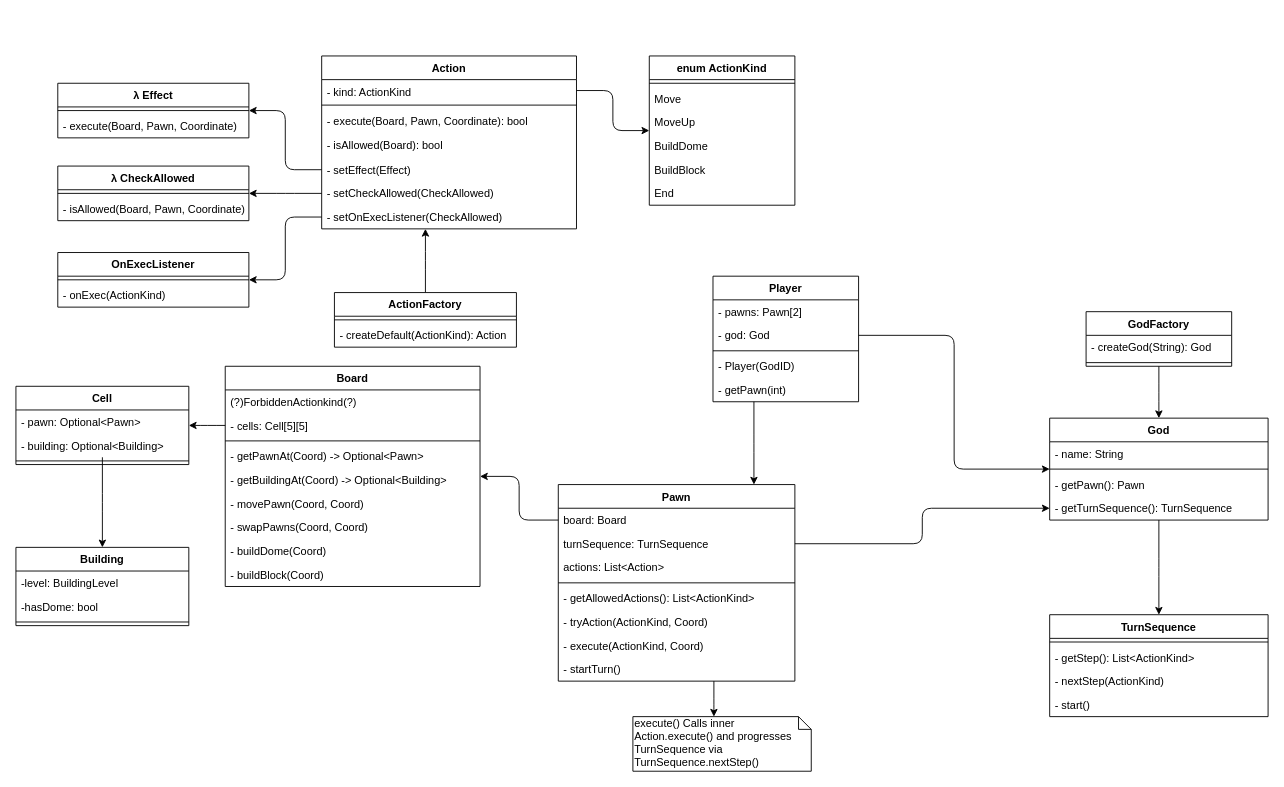
Earlier version of the draw.io diagram uml/model.drawio (imDema/ing-sw-2020-Centurelli-DeMartini-Deori). Source tidied: cells renumbered, new cells numbered last; positions are measured from the earlier drawing's top-left corner, leaving out a move shared by most shapes. Both pictures are drawn from the tidied source at 91%, with x=0, y=0 at pixel (15, 56).
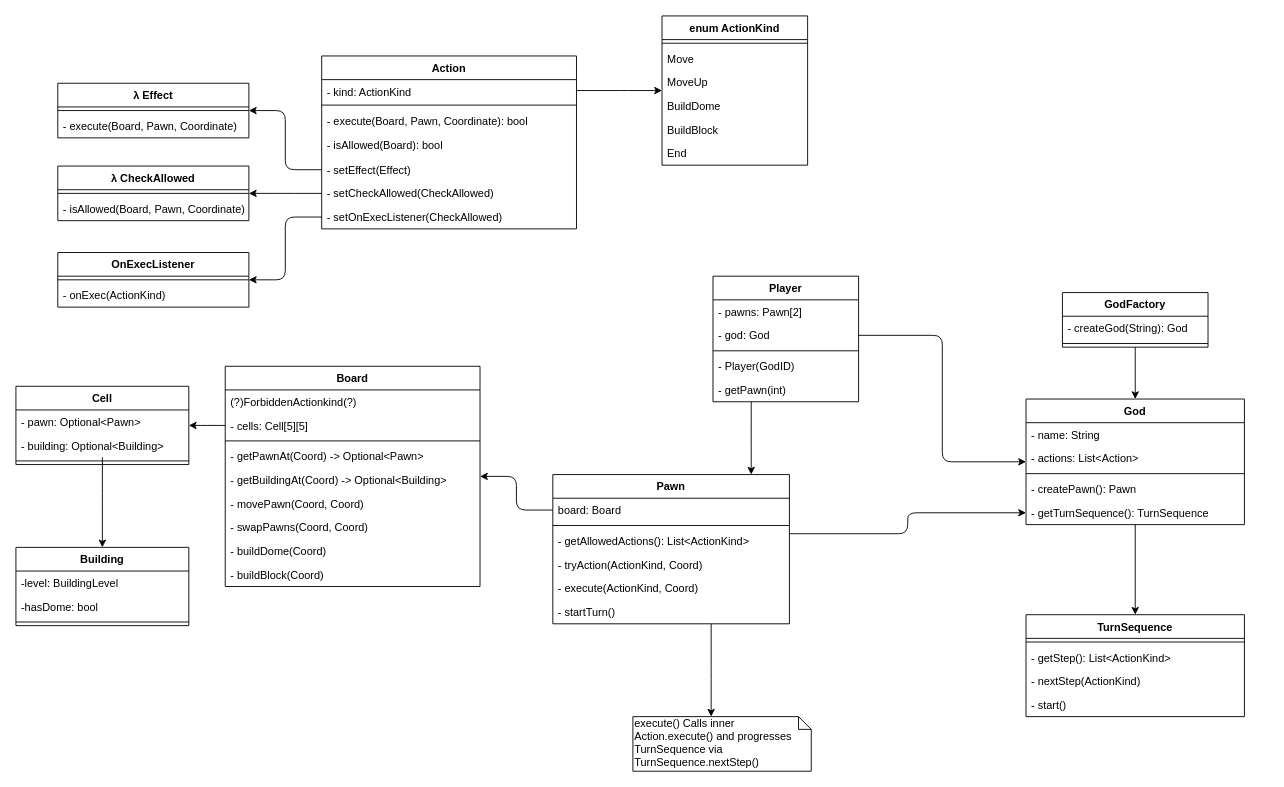
Above is the later version.

The change refers to these unchanged cells:
```xml
<mxCell id="12" value="Action" style="swimlane;fontStyle=1;align=center;verticalAlign=top;horizontal=1;startSize=26;" parent="1" vertex="1">
  <mxGeometry x="336" width="280" height="190" as="geometry" />
</mxCell>
```

What changed in the source:
```diff
@@
     <mxCell id="27" value="GodFactory" style="swimlane;fontStyle=1;align=center;verticalAlign=top;horizontal=1;startSize=26;" parent="1" vertex="1">
-      <mxGeometry x="1176" y="281" width="160" height="60" as="geometry" />
+      <mxGeometry x="1150" y="260" width="160" height="60" as="geometry" />
     </mxCell>
@@
     <mxCell id="30" value="God" style="swimlane;fontStyle=1;align=center;verticalAlign=top;horizontal=1;startSize=26;" parent="1" vertex="1">
-      <mxGeometry x="1136" y="398" width="240" height="112" as="geometry" />
+      <mxGeometry x="1110" y="377" width="240" height="138" as="geometry" />
     </mxCell>
@@
+    <mxCell id="80" value="- actions: List&lt;Action&gt;" style="text;strokeColor=none;fillColor=none;align=left;verticalAlign=top;spacingLeft=4;spacingRight=4;overflow=hidden;" parent="30" vertex="1">
+      <mxGeometry y="52" width="240" height="26" as="geometry" />
+    </mxCell>
     <mxCell id="32" style="line;strokeWidth=1;fillColor=none;align=left;verticalAlign=middle;spacingTop=-1;spacingLeft=3;spacingRight=3;labelPosition=right;" parent="30" vertex="1">
-      <mxGeometry y="52" width="240" height="8" as="geometry" />
+      <mxGeometry y="78" width="240" height="8" as="geometry" />
     </mxCell>
-    <mxCell id="33" value="- getPawn(): Pawn" style="text;strokeColor=none;fillColor=none;align=left;verticalAlign=top;spacingLeft=4;spacingRight=4;overflow=hidden;" parent="30" vertex="1">
-      <mxGeometry y="60" width="240" height="26" as="geometry" />
+    <mxCell id="33" value="- createPawn(): Pawn" style="text;strokeColor=none;fillColor=none;align=left;verticalAlign=top;spacingLeft=4;spacingRight=4;overflow=hidden;" parent="30" vertex="1">
+      <mxGeometry y="86" width="240" height="26" as="geometry" />
     </mxCell>
     <mxCell id="34" value="- getTurnSequence(): TurnSequence" style="text;strokeColor=none;fillColor=none;align=left;verticalAlign=top;spacingLeft=4;spacingRight=4;overflow=hidden;points=[[0,0.5],[1,0.5]];portConstraint=eastwest;" parent="30" vertex="1">
-      <mxGeometry y="86" width="240" height="26" as="geometry" />
+      <mxGeometry y="112" width="240" height="26" as="geometry" />
     </mxCell>
     <mxCell id="35" value="TurnSequence" style="swimlane;fontStyle=1;align=center;verticalAlign=top;horizontal=1;startSize=26;" parent="1" vertex="1">
-      <mxGeometry x="1136" y="614" width="240" height="112" as="geometry" />
+      <mxGeometry x="1110" y="614" width="240" height="112" as="geometry" />
     </mxCell>
@@
-    <mxCell id="40" style="edgeStyle=elbowEdgeStyle;rounded=1;jettySize=auto;html=1;" parent="1" edge="1" source="41" target="12">
-      <mxGeometry relative="1" as="geometry" />
-    </mxCell>
-    <mxCell id="41" value="ActionFactory" style="swimlane;fontStyle=1;align=center;verticalAlign=top;horizontal=1;startSize=26;" parent="1" vertex="1">
-      <mxGeometry x="350" y="260" width="200" height="60" as="geometry" />
-    </mxCell>
-    <mxCell id="42" style="line;strokeWidth=1;fillColor=none;align=left;verticalAlign=middle;spacingTop=-1;spacingLeft=3;spacingRight=3;labelPosition=right;" parent="41" vertex="1">
-      <mxGeometry y="26" width="200" height="8" as="geometry" />
-    </mxCell>
-    <mxCell id="43" value="- createDefault(ActionKind): Action" style="text;strokeColor=none;fillColor=none;align=left;verticalAlign=top;spacingLeft=4;spacingRight=4;overflow=hidden;" parent="41" vertex="1">
-      <mxGeometry y="34" width="200" height="26" as="geometry" />
-    </mxCell>
     <mxCell id="44" value="enum ActionKind" style="swimlane;fontStyle=1;align=center;verticalAlign=top;horizontal=1;startSize=26;" parent="1" vertex="1">
-      <mxGeometry x="696" width="160" height="164" as="geometry" />
+      <mxGeometry x="710" y="-44" width="160" height="164" as="geometry" />
     </mxCell>
@@
     <mxCell id="77" value="Pawn" style="swimlane;fontStyle=1;align=center;verticalAlign=top;horizontal=1;startSize=26;" parent="1" vertex="1">
-      <mxGeometry x="596" y="471" width="260" height="216" as="geometry" />
+      <mxGeometry x="590" y="460" width="260" height="164" as="geometry" />
     </mxCell>
@@
-    <mxCell id="79" value="turnSequence: TurnSequence" style="text;strokeColor=none;fillColor=none;align=left;verticalAlign=top;spacingLeft=4;spacingRight=4;overflow=hidden;points=[[0,0.5],[1,0.5]];portConstraint=eastwest;" parent="77" vertex="1">
-      <mxGeometry y="52" width="260" height="26" as="geometry" />
-    </mxCell>
-    <mxCell id="80" value="actions: List&lt;Action&gt;" style="text;strokeColor=none;fillColor=none;align=left;verticalAlign=top;spacingLeft=4;spacingRight=4;overflow=hidden;" parent="77" vertex="1">
-      <mxGeometry y="78" width="260" height="26" as="geometry" />
-    </mxCell>
     <mxCell id="81" style="line;strokeWidth=1;fillColor=none;align=left;verticalAlign=middle;spacingTop=-1;spacingLeft=3;spacingRight=3;labelPosition=right;" parent="77" vertex="1">
-      <mxGeometry y="104" width="260" height="8" as="geometry" />
+      <mxGeometry y="52" width="260" height="8" as="geometry" />
     </mxCell>
     <mxCell id="82" value="- getAllowedActions(): List&lt;ActionKind&gt;" style="text;strokeColor=none;fillColor=none;align=left;verticalAlign=top;spacingLeft=4;spacingRight=4;overflow=hidden;" parent="77" vertex="1">
-      <mxGeometry y="112" width="260" height="26" as="geometry" />
+      <mxGeometry y="60" width="260" height="26" as="geometry" />
     </mxCell>
     <mxCell id="83" value="- tryAction(ActionKind, Coord)" style="text;strokeColor=none;fillColor=none;align=left;verticalAlign=top;spacingLeft=4;spacingRight=4;overflow=hidden;" parent="77" vertex="1">
-      <mxGeometry y="138" width="260" height="26" as="geometry" />
+      <mxGeometry y="86" width="260" height="26" as="geometry" />
     </mxCell>
     <mxCell id="84" value="- execute(ActionKind, Coord)" style="text;strokeColor=none;fillColor=none;align=left;verticalAlign=top;spacingLeft=4;spacingRight=4;overflow=hidden;" parent="77" vertex="1">
-      <mxGeometry y="164" width="260" height="26" as="geometry" />
+      <mxGeometry y="112" width="260" height="26" as="geometry" />
     </mxCell>
     <mxCell id="85" value="- startTurn()" style="text;strokeColor=none;fillColor=none;align=left;verticalAlign=top;spacingLeft=4;spacingRight=4;overflow=hidden;" parent="77" vertex="1">
-      <mxGeometry y="190" width="260" height="26" as="geometry" />
+      <mxGeometry y="138" width="260" height="26" as="geometry" />
     </mxCell>
@@
-    <mxCell id="88" style="edgeStyle=elbowEdgeStyle;rounded=1;jettySize=auto;html=1;" parent="1" edge="1" source="79" target="34">
-      <mxGeometry relative="1" as="geometry" />
+    <mxCell id="88" style="edgeStyle=elbowEdgeStyle;rounded=1;jettySize=auto;html=1;" parent="1" edge="1" target="34">
+      <mxGeometry relative="1" as="geometry">
+        <mxPoint x="850" y="525" as="sourcePoint" />
+      </mxGeometry>
     </mxCell>
```
